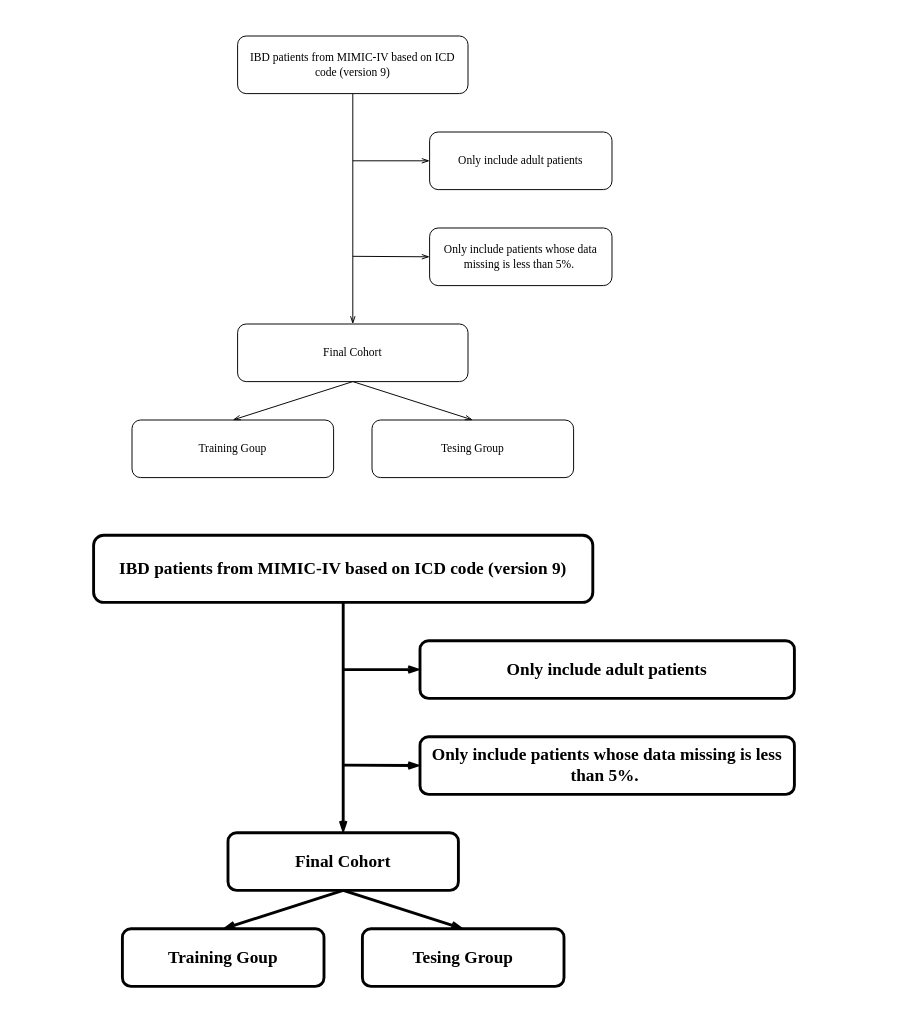
The draw.io diagram procedures.drawio in sitdownkevin/ImageHosting, before the edit. Source tidied: cells renumbered, new cells numbered last; positions are measured from the earlier drawing's top-left corner, leaving out a move shared by most shapes. Both pictures are drawn from the tidied source at 96%, with x=0, y=0 at pixel (16, 16).
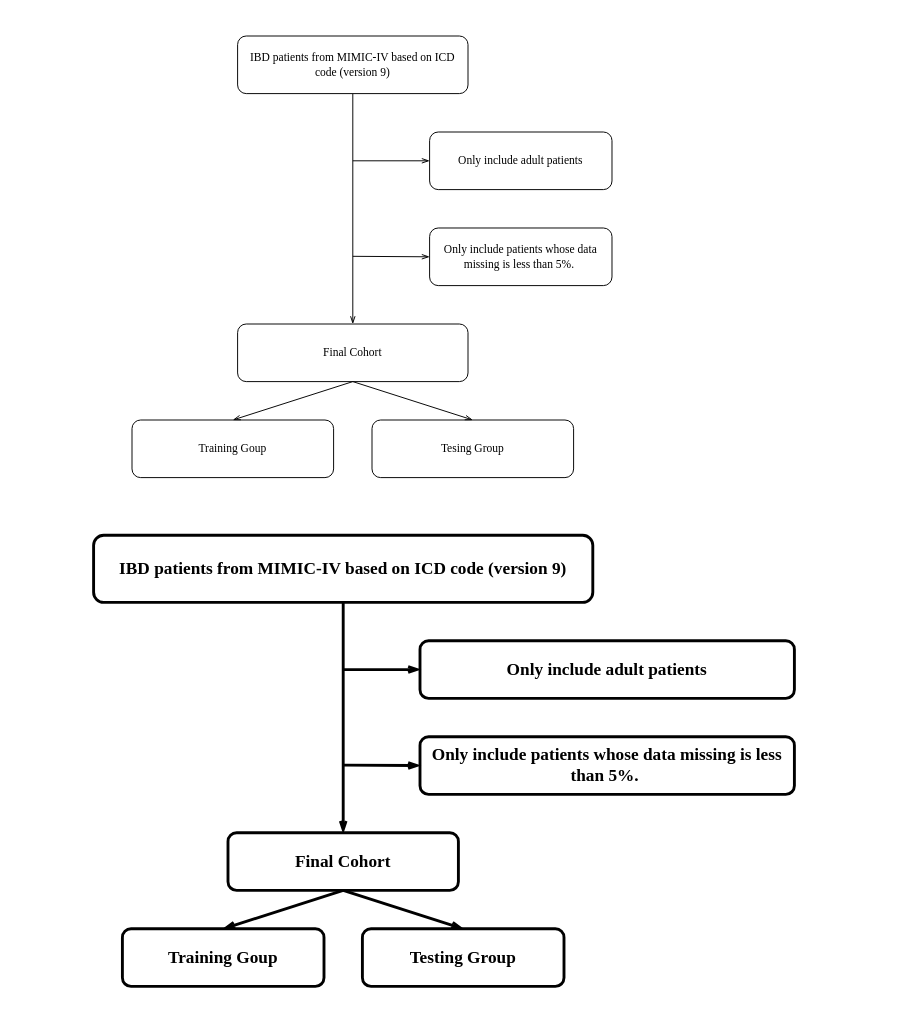
Above is the later version.

Change to the diagram source:
```diff
@@
-    <mxCell id="23" value="&lt;b&gt;Tesing Group&lt;/b&gt;" style="rounded=1;whiteSpace=wrap;html=1;fontFamily=Times New Roman;fontSize=18;strokeColor=#000000;strokeWidth=3;fontColor=#000000;labelBackgroundColor=none;" parent="1" vertex="1">
+    <mxCell id="23" value="&lt;b&gt;Testing Group&lt;/b&gt;" style="rounded=1;whiteSpace=wrap;html=1;fontFamily=Times New Roman;fontSize=18;strokeColor=#000000;strokeWidth=3;fontColor=#000000;labelBackgroundColor=none;" parent="1" vertex="1">
       <mxGeometry x="360" y="950" width="210" height="60" as="geometry" />
     </mxCell>
```
